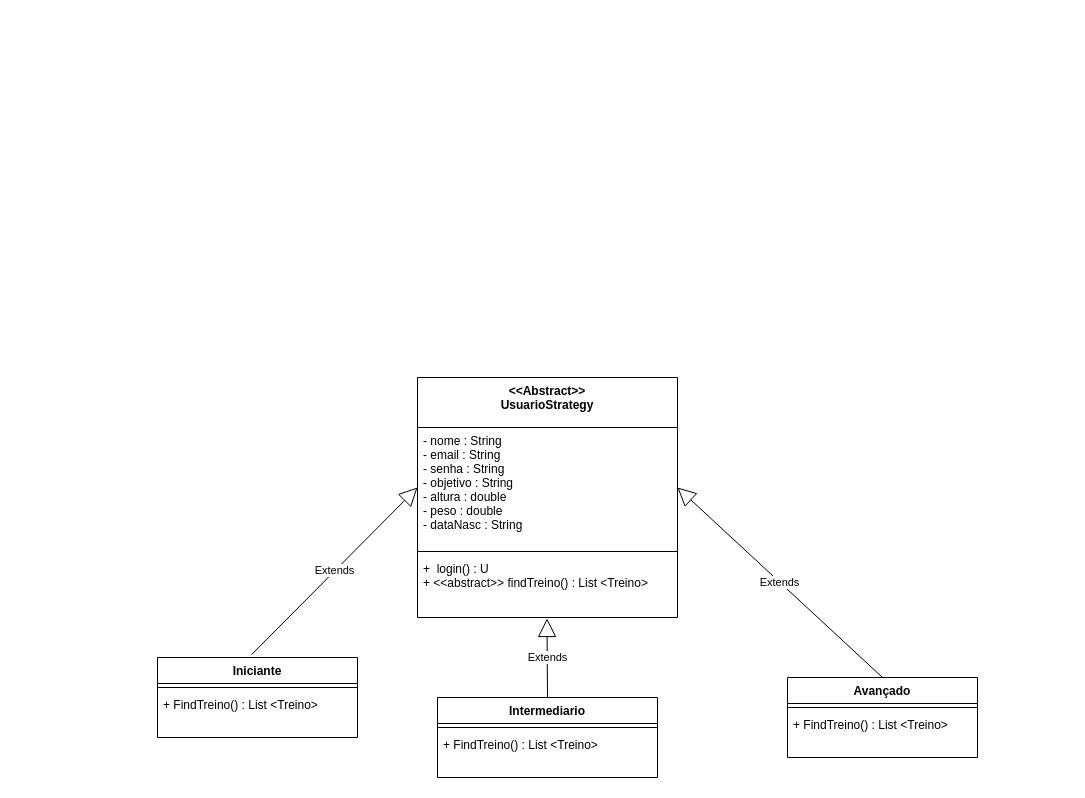
This is documentacao/Diagrama de classe.drawio from SPTechBeFit/BeFit, a draw.io file, before an edit. Source tidied: cells renumbered, new cells numbered last; positions are measured from the earlier drawing's top-left corner, leaving out a move shared by most shapes. Both pictures are drawn from the tidied source at 100%, with x=0, y=0 at pixel (157, 377).
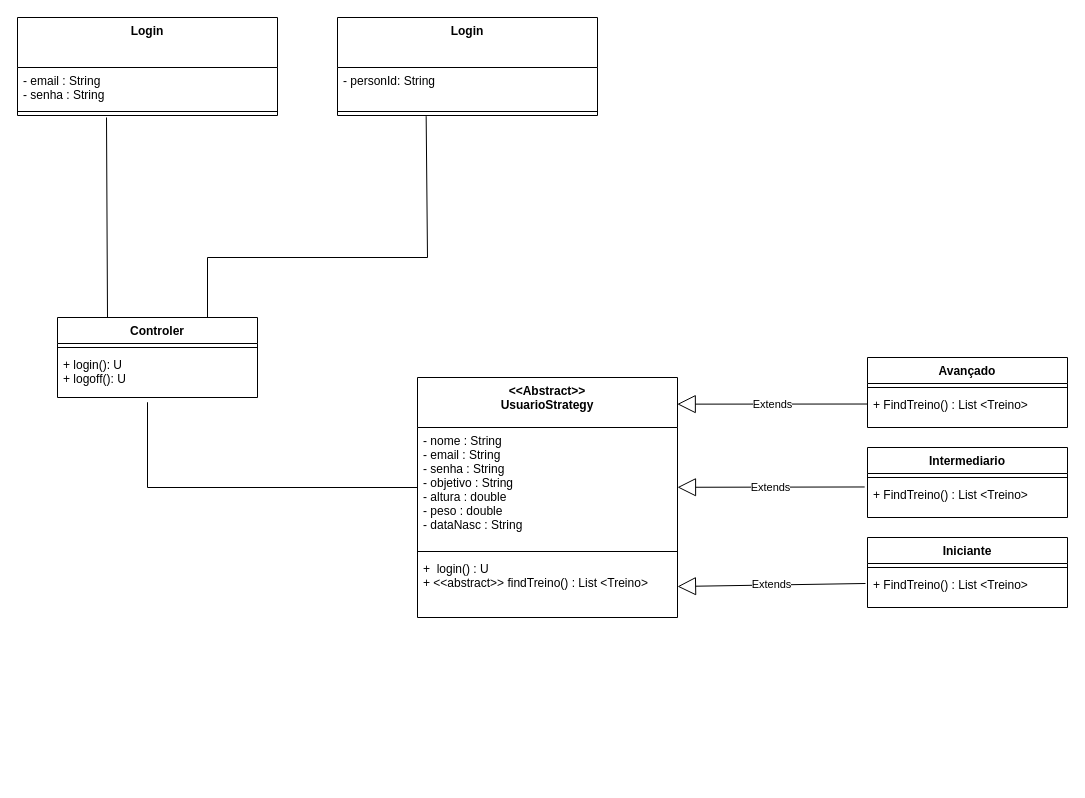
The same diagram, later.

Commit message:
diagrama de classes

The change refers to these unchanged cells:
```xml
<mxCell id="2" value="&lt;&lt;Abstract&gt;&gt;&#10;UsuarioStrategy" style="swimlane;fontStyle=1;align=center;verticalAlign=top;horizontal=1;startSize=50;" parent="1" vertex="1">
  <mxGeometry x="260" width="260" height="240" as="geometry" />
</mxCell>
<mxCell id="3" value="- nome : String&#10;- email : String&#10;- senha : String&#10;- objetivo : String&#10;- altura : double&#10;- peso : double&#10;- dataNasc : String" style="text;strokeColor=none;fillColor=none;align=left;verticalAlign=top;spacingLeft=4;spacingRight=4;overflow=hidden;points=[[0,0.5],[1,0.5]];portConstraint=eastwest;" parent="2" vertex="1">
  <mxGeometry y="50" width="260" height="120" as="geometry" />
</mxCell>
<mxCell id="5" value="+  login() : U&#10;+ &lt;&lt;abstract&gt;&gt; findTreino() : List &lt;Treino&gt;" style="text;strokeColor=none;fillColor=none;align=left;verticalAlign=top;spacingLeft=4;spacingRight=4;overflow=hidden;points=[[0,0.5],[1,0.5]];portConstraint=eastwest;" parent="2" vertex="1">
  <mxGeometry y="178" width="260" height="62" as="geometry" />
</mxCell>
```

Diff of the diagram source:
```diff
@@
     <mxCell id="6" value="Iniciante" style="swimlane;fontStyle=1;align=center;verticalAlign=top;horizontal=1;startSize=26;" parent="1" vertex="1">
-      <mxGeometry y="280" width="200" height="80" as="geometry" />
+      <mxGeometry x="710" y="160" width="200" height="70" as="geometry" />
     </mxCell>
@@
     <mxCell id="8" value="+ FindTreino() : List &lt;Treino&gt;" style="text;strokeColor=none;fillColor=none;align=left;verticalAlign=top;spacingLeft=4;spacingRight=4;overflow=hidden;points=[[0,0.5],[1,0.5]];portConstraint=eastwest;" parent="6" vertex="1">
-      <mxGeometry y="34" width="200" height="46" as="geometry" />
+      <mxGeometry y="34" width="200" height="36" as="geometry" />
     </mxCell>
     <mxCell id="9" value="Intermediario" style="swimlane;fontStyle=1;align=center;verticalAlign=top;horizontal=1;startSize=26;" parent="1" vertex="1">
-      <mxGeometry x="280" y="320" width="220" height="80" as="geometry" />
+      <mxGeometry x="710" y="70" width="200" height="70" as="geometry" />
     </mxCell>
     <mxCell id="10" style="line;strokeWidth=1;fillColor=none;align=left;verticalAlign=middle;spacingTop=-1;spacingLeft=3;spacingRight=3;labelPosition=right;" parent="9" vertex="1">
-      <mxGeometry y="26" width="220" height="8" as="geometry" />
+      <mxGeometry y="26" width="200" height="8" as="geometry" />
     </mxCell>
     <mxCell id="11" value="+ FindTreino() : List &lt;Treino&gt;" style="text;strokeColor=none;fillColor=none;align=left;verticalAlign=top;spacingLeft=4;spacingRight=4;overflow=hidden;points=[[0,0.5],[1,0.5]];portConstraint=eastwest;" parent="9" vertex="1">
-      <mxGeometry y="34" width="220" height="46" as="geometry" />
+      <mxGeometry y="34" width="200" height="36" as="geometry" />
     </mxCell>
     <mxCell id="12" value="Avançado" style="swimlane;fontStyle=1;align=center;verticalAlign=top;horizontal=1;startSize=26;" parent="1" vertex="1">
-      <mxGeometry x="630" y="300" width="190" height="80" as="geometry" />
+      <mxGeometry x="710" y="-20" width="200" height="70" as="geometry" />
     </mxCell>
     <mxCell id="13" style="line;strokeWidth=1;fillColor=none;align=left;verticalAlign=middle;spacingTop=-1;spacingLeft=3;spacingRight=3;labelPosition=right;" parent="12" vertex="1">
-      <mxGeometry y="26" width="190" height="8" as="geometry" />
+      <mxGeometry y="26" width="200" height="8" as="geometry" />
     </mxCell>
     <mxCell id="14" value="+ FindTreino() : List &lt;Treino&gt;" style="text;strokeColor=none;fillColor=none;align=left;verticalAlign=top;spacingLeft=4;spacingRight=4;overflow=hidden;points=[[0,0.5],[1,0.5]];portConstraint=eastwest;" parent="12" vertex="1">
-      <mxGeometry y="34" width="190" height="46" as="geometry" />
+      <mxGeometry y="34" width="200" height="36" as="geometry" />
     </mxCell>
-    <mxCell id="15" value="Extends" style="endArrow=block;endSize=16;endFill=0;html=1;rounded=0;exitX=0.5;exitY=0;exitDx=0;exitDy=0;entryX=1;entryY=0.5;entryDx=0;entryDy=0;" parent="1" edge="1" source="12" target="3">
+    <mxCell id="15" value="Extends" style="endArrow=block;endSize=16;endFill=0;html=1;rounded=0;exitX=0;exitY=0.348;exitDx=0;exitDy=0;exitPerimeter=0;entryX=0.999;entryY=0.111;entryDx=0;entryDy=0;entryPerimeter=0;" parent="1" edge="1" source="14" target="2">
       <mxGeometry relative="1" as="geometry" />
     </mxCell>
-    <mxCell id="16" value="Extends" style="endArrow=block;endSize=16;endFill=0;html=1;rounded=0;exitX=0.471;exitY=-0.037;exitDx=0;exitDy=0;exitPerimeter=0;entryX=0;entryY=0.5;entryDx=0;entryDy=0;" parent="1" edge="1" source="6" target="3">
+    <mxCell id="16" value="Extends" style="endArrow=block;endSize=16;endFill=0;html=1;rounded=0;exitX=-0.01;exitY=0.333;exitDx=0;exitDy=0;exitPerimeter=0;entryX=1;entryY=0.5;entryDx=0;entryDy=0;" parent="1" edge="1" source="8" target="5">
       <mxGeometry relative="1" as="geometry" />
     </mxCell>
-    <mxCell id="17" value="Extends" style="endArrow=block;endSize=16;endFill=0;html=1;rounded=0;exitX=0.5;exitY=0;exitDx=0;exitDy=0;entryX=0.498;entryY=1.016;entryDx=0;entryDy=0;entryPerimeter=0;" parent="1" edge="1" source="9" target="5">
+    <mxCell id="17" value="Extends" style="endArrow=block;endSize=16;endFill=0;html=1;rounded=0;exitX=-0.014;exitY=0.152;exitDx=0;exitDy=0;exitPerimeter=0;" parent="1" edge="1" source="11" target="3">
       <mxGeometry relative="1" as="geometry" />
     </mxCell>
+    <mxCell id="18" value="Login" style="swimlane;fontStyle=1;align=center;verticalAlign=top;horizontal=1;startSize=50;" parent="1" vertex="1">
+      <mxGeometry x="-140" y="-360" width="260" height="98" as="geometry" />
+    </mxCell>
+    <mxCell id="19" value="- email : String&#10;- senha : String&#10;" style="text;strokeColor=none;fillColor=none;align=left;verticalAlign=top;spacingLeft=4;spacingRight=4;overflow=hidden;" parent="18" vertex="1">
+      <mxGeometry y="50" width="260" height="40" as="geometry" />
+    </mxCell>
+    <mxCell id="20" style="line;strokeWidth=1;fillColor=none;align=left;verticalAlign=middle;spacingTop=-1;spacingLeft=3;spacingRight=3;labelPosition=right;" parent="18" vertex="1">
+      <mxGeometry y="90" width="260" height="8" as="geometry" />
+    </mxCell>
+    <mxCell id="21" value="Login" style="swimlane;fontStyle=1;align=center;verticalAlign=top;horizontal=1;startSize=50;" parent="1" vertex="1">
+      <mxGeometry x="180" y="-360" width="260" height="98" as="geometry" />
+    </mxCell>
+    <mxCell id="22" value="- personId: String" style="text;strokeColor=none;fillColor=none;align=left;verticalAlign=top;spacingLeft=4;spacingRight=4;overflow=hidden;" parent="21" vertex="1">
+      <mxGeometry y="50" width="260" height="40" as="geometry" />
+    </mxCell>
+    <mxCell id="23" style="line;strokeWidth=1;fillColor=none;align=left;verticalAlign=middle;spacingTop=-1;spacingLeft=3;spacingRight=3;labelPosition=right;points=[];portConstraint=eastwest;" parent="21" vertex="1">
+      <mxGeometry y="90" width="260" height="8" as="geometry" />
+    </mxCell>
+    <mxCell id="24" value="Controler" style="swimlane;fontStyle=1;align=center;verticalAlign=top;horizontal=1;startSize=26;" parent="1" vertex="1">
+      <mxGeometry x="-100" y="-60" width="200" height="80" as="geometry" />
+    </mxCell>
+    <mxCell id="25" style="line;strokeWidth=1;fillColor=none;align=left;verticalAlign=middle;spacingTop=-1;spacingLeft=3;spacingRight=3;labelPosition=right;" parent="24" vertex="1">
+      <mxGeometry y="26" width="200" height="8" as="geometry" />
+    </mxCell>
+    <mxCell id="26" value="+ login(): U&#10;+ logoff(): U&#10;" style="text;strokeColor=none;fillColor=none;align=left;verticalAlign=top;spacingLeft=4;spacingRight=4;overflow=hidden;points=[[0,0.5],[1,0.5]];portConstraint=eastwest;" parent="24" vertex="1">
+      <mxGeometry y="34" width="200" height="46" as="geometry" />
+    </mxCell>
+    <mxCell id="27" style="endArrow=none;html=1;rounded=0;exitX=0.341;exitY=1.083;exitDx=0;exitDy=0;exitPerimeter=0;entryX=0.75;entryY=0;entryDx=0;entryDy=0;" parent="1" edge="1" source="23" target="24">
+      <mxGeometry relative="1" as="geometry">
+        <Array as="points">
+          <mxPoint x="270" y="-120" />
+          <mxPoint x="50" y="-120" />
+        </Array>
+      </mxGeometry>
+    </mxCell>
+    <mxCell id="28" style="endArrow=none;html=1;rounded=0;exitX=0.25;exitY=0;exitDx=0;exitDy=0;" parent="1" edge="1" source="24">
+      <mxGeometry relative="1" as="geometry">
+        <mxPoint x="-51" y="-260" as="targetPoint" />
+      </mxGeometry>
+    </mxCell>
+    <mxCell id="29" style="endArrow=none;html=1;rounded=0;entryX=0.45;entryY=1.103;entryDx=0;entryDy=0;entryPerimeter=0;exitX=0;exitY=0.5;exitDx=0;exitDy=0;" parent="1" edge="1" source="3" target="26">
+      <mxGeometry relative="1" as="geometry">
+        <Array as="points">
+          <mxPoint x="-10" y="110" />
+        </Array>
+      </mxGeometry>
+    </mxCell>
```
